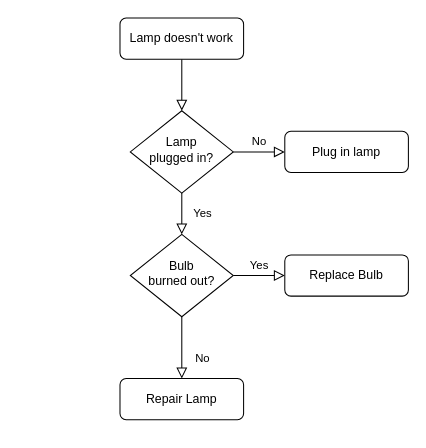
Above: 주차_시스템.drawio in KOSTA-296/Arduino_Team_Project (draw.io), before the change. Source tidied: cells renumbered, new cells numbered last; positions are measured from the earlier drawing's top-left corner, leaving out a move shared by most shapes. Both pictures are drawn from the tidied source at 103%, with x=0, y=0 at pixel (119, 18).
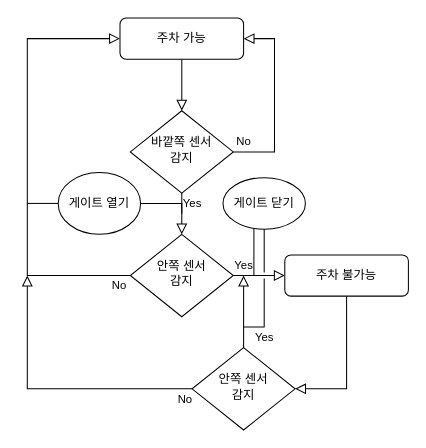
Above is the later version.

Commit message:
주차_시스템.drawio 업데이트

Change to the diagram source:
```diff
@@
-    <mxCell id="3" value="Lamp doesn't work" style="rounded=1;whiteSpace=wrap;html=1;fontSize=12;glass=0;strokeWidth=1;shadow=0;" parent="1" vertex="1">
+    <mxCell id="3" value="주차 가능" style="rounded=1;whiteSpace=wrap;html=1;fontSize=12;glass=0;strokeWidth=1;shadow=0;" parent="1" vertex="1">
       <mxGeometry width="120" height="40" as="geometry" />
     </mxCell>
     <mxCell id="4" value="Yes" style="rounded=0;html=1;jettySize=auto;fontSize=11;endArrow=block;endFill=0;endSize=8;strokeWidth=1;shadow=0;labelBackgroundColor=none;edgeStyle=orthogonalEdgeStyle;" parent="1" edge="1" source="6" target="10">
-      <mxGeometry y="20" relative="1" as="geometry" />
+      <mxGeometry x="-0.5" y="10" relative="1" as="geometry" />
     </mxCell>
-    <mxCell id="5" value="No" style="edgeStyle=orthogonalEdgeStyle;rounded=0;html=1;jettySize=auto;fontSize=11;endArrow=block;endFill=0;endSize=8;strokeWidth=1;shadow=0;labelBackgroundColor=none;" parent="1" edge="1" source="6" target="7">
-      <mxGeometry y="10" relative="1" as="geometry" />
+    <mxCell id="5" value="No" style="edgeStyle=orthogonalEdgeStyle;rounded=0;html=1;jettySize=auto;fontSize=11;endArrow=block;endFill=0;endSize=8;strokeWidth=1;shadow=0;labelBackgroundColor=none;entryX=1;entryY=0.5;entryDx=0;entryDy=0;" parent="1" edge="1" source="6" target="3">
+      <mxGeometry x="-0.89" y="10" relative="1" as="geometry">
+        <Array as="points">
+          <mxPoint x="150" y="130" />
+          <mxPoint x="150" y="20" />
+        </Array>
+      </mxGeometry>
     </mxCell>
-    <mxCell id="6" value="Lamp&lt;br&gt;plugged in?" style="rhombus;whiteSpace=wrap;html=1;shadow=0;fontFamily=Helvetica;fontSize=12;align=center;strokeWidth=1;spacing=6;spacingTop=-4;" parent="1" vertex="1">
+    <mxCell id="6" value="바깥쪽 센서&lt;div&gt;감지&lt;/div&gt;" style="rhombus;whiteSpace=wrap;html=1;shadow=0;fontFamily=Helvetica;fontSize=12;align=center;strokeWidth=1;spacing=6;spacingTop=-4;" parent="1" vertex="1">
       <mxGeometry x="10" y="90" width="100" height="80" as="geometry" />
     </mxCell>
-    <mxCell id="7" value="Plug in lamp" style="rounded=1;whiteSpace=wrap;html=1;fontSize=12;glass=0;strokeWidth=1;shadow=0;" parent="1" vertex="1">
-      <mxGeometry x="160" y="110" width="120" height="40" as="geometry" />
-    </mxCell>
-    <mxCell id="8" value="No" style="rounded=0;html=1;jettySize=auto;fontSize=11;endArrow=block;endFill=0;endSize=8;strokeWidth=1;shadow=0;labelBackgroundColor=none;edgeStyle=orthogonalEdgeStyle;" parent="1" edge="1" source="10" target="11">
-      <mxGeometry x="0.33" y="20" relative="1" as="geometry" />
+    <mxCell id="8" value="No" style="rounded=0;html=1;jettySize=auto;fontSize=11;endArrow=block;endFill=0;endSize=8;strokeWidth=1;shadow=0;labelBackgroundColor=none;edgeStyle=orthogonalEdgeStyle;exitX=0;exitY=0.5;exitDx=0;exitDy=0;entryX=0;entryY=0.5;entryDx=0;entryDy=0;" parent="1" edge="1" source="10" target="3">
+      <mxGeometry x="-0.95" y="10" relative="1" as="geometry">
+        <Array as="points">
+          <mxPoint x="-90" y="250" />
+          <mxPoint x="-90" y="20" />
+        </Array>
+      </mxGeometry>
     </mxCell>
     <mxCell id="9" value="Yes" style="edgeStyle=orthogonalEdgeStyle;rounded=0;html=1;jettySize=auto;fontSize=11;endArrow=block;endFill=0;endSize=8;strokeWidth=1;shadow=0;labelBackgroundColor=none;" parent="1" edge="1" source="10" target="12">
-      <mxGeometry y="10" relative="1" as="geometry" />
+      <mxGeometry x="-0.6" y="10" relative="1" as="geometry" />
     </mxCell>
-    <mxCell id="10" value="Bulb&lt;br&gt;burned out?" style="rhombus;whiteSpace=wrap;html=1;shadow=0;fontFamily=Helvetica;fontSize=12;align=center;strokeWidth=1;spacing=6;spacingTop=-4;" parent="1" vertex="1">
+    <mxCell id="10" value="안쪽 센서&lt;div&gt;감지&lt;/div&gt;" style="rhombus;whiteSpace=wrap;html=1;shadow=0;fontFamily=Helvetica;fontSize=12;align=center;strokeWidth=1;spacing=6;spacingTop=-4;" parent="1" vertex="1">
       <mxGeometry x="10" y="210" width="100" height="80" as="geometry" />
     </mxCell>
-    <mxCell id="11" value="Repair Lamp" style="rounded=1;whiteSpace=wrap;html=1;fontSize=12;glass=0;strokeWidth=1;shadow=0;" parent="1" vertex="1">
-      <mxGeometry y="350" width="120" height="40" as="geometry" />
-    </mxCell>
+    <mxCell id="13" style="edgeStyle=orthogonalEdgeStyle;rounded=0;jettySize=auto;html=1;endArrow=block;endFill=0;exitX=0.5;exitY=1;exitDx=0;exitDy=0;entryX=1;entryY=0.5;entryDx=0;entryDy=0;endSize=8;startSize=8;jumpSize=8;jumpStyle=gap;" parent="1" edge="1" source="12" target="18">
+      <mxGeometry relative="1" as="geometry">
+        <Array as="points">
+          <mxPoint x="220" y="360" />
+        </Array>
+      </mxGeometry>
+    </mxCell>
-    <mxCell id="12" value="Replace Bulb" style="rounded=1;whiteSpace=wrap;html=1;fontSize=12;glass=0;strokeWidth=1;shadow=0;" parent="1" vertex="1">
+    <mxCell id="12" value="주차 불가능" style="rounded=1;whiteSpace=wrap;html=1;fontSize=12;glass=0;strokeWidth=1;shadow=0;" parent="1" vertex="1">
       <mxGeometry x="160" y="230" width="120" height="40" as="geometry" />
     </mxCell>
+    <mxCell id="14" style="edgeStyle=orthogonalEdgeStyle;rounded=0;jettySize=auto;html=1;endArrow=none;startFill=0;" parent="1" edge="1" source="15">
+      <mxGeometry relative="1" as="geometry">
+        <mxPoint x="60" y="190" as="targetPoint" />
+        <Array as="points">
+          <mxPoint x="60" y="180" />
+        </Array>
+      </mxGeometry>
+    </mxCell>
+    <mxCell id="15" value="게이트 열기" style="ellipse;whiteSpace=wrap;html=1;perimeter=ellipsePerimeter;" parent="1" vertex="1">
+      <mxGeometry x="-60" y="150" width="80" height="60" as="geometry" />
+    </mxCell>
+    <mxCell id="16" style="edgeStyle=orthogonalEdgeStyle;rounded=0;jettySize=auto;html=1;endArrow=none;startFill=0;" parent="1" edge="1" source="15">
+      <mxGeometry relative="1" as="geometry">
+        <mxPoint x="-90" y="180" as="targetPoint" />
+        <Array as="points">
+          <mxPoint x="-90" y="180" />
+        </Array>
+      </mxGeometry>
+    </mxCell>
+    <mxCell id="17" value="게이트 닫기" style="ellipse;whiteSpace=wrap;html=1;perimeter=ellipsePerimeter;" parent="1" vertex="1">
+      <mxGeometry x="100" y="155" width="80" height="50" as="geometry" />
+    </mxCell>
+    <mxCell id="18" value="안쪽 센서&lt;div&gt;감지&lt;/div&gt;" style="rhombus;whiteSpace=wrap;html=1;shadow=0;fontFamily=Helvetica;fontSize=12;align=center;strokeWidth=1;spacing=6;spacingTop=-4;" parent="1" vertex="1">
+      <mxGeometry x="70" y="320" width="100" height="80" as="geometry" />
+    </mxCell>
+    <mxCell id="19" value="Yes" style="edgeStyle=orthogonalEdgeStyle;rounded=0;html=1;jettySize=auto;fontSize=11;endArrow=block;endFill=0;endSize=8;strokeWidth=1;shadow=0;labelBackgroundColor=none;exitX=0.5;exitY=0;exitDx=0;exitDy=0;" parent="1" edge="1" source="18">
+      <mxGeometry x="-0.71" y="-20" relative="1" as="geometry">
+        <mxPoint x="120" y="250" as="targetPoint" />
+        <Array as="points">
+          <mxPoint x="120" y="300" />
+          <mxPoint x="120" y="300" />
+        </Array>
+      </mxGeometry>
+    </mxCell>
+    <mxCell id="20" value="No" style="rounded=0;html=1;jettySize=auto;fontSize=11;endArrow=block;endFill=0;endSize=8;strokeWidth=1;shadow=0;labelBackgroundColor=none;edgeStyle=orthogonalEdgeStyle;exitX=0;exitY=0.5;exitDx=0;exitDy=0;" parent="1" edge="1" source="18">
+      <mxGeometry x="-0.95" y="10" relative="1" as="geometry">
+        <mxPoint x="-90" y="250" as="targetPoint" />
+        <Array as="points">
+          <mxPoint x="-90" y="360" />
+          <mxPoint x="-90" y="250" />
+        </Array>
+      </mxGeometry>
+    </mxCell>
+    <mxCell id="21" style="edgeStyle=orthogonalEdgeStyle;rounded=0;jettySize=auto;html=1;endArrow=none;endFill=1;endSize=8;startSize=8;jumpStyle=gap;startFill=0;" parent="1" edge="1" target="17">
+      <mxGeometry relative="1" as="geometry">
+        <mxPoint x="130" y="250" as="sourcePoint" />
+        <Array as="points">
+          <mxPoint x="130" y="250" />
+        </Array>
+      </mxGeometry>
+    </mxCell>
+    <mxCell id="22" style="edgeStyle=orthogonalEdgeStyle;rounded=0;jettySize=auto;html=1;endArrow=none;endFill=1;endSize=8;startSize=8;jumpStyle=gap;startFill=0;" parent="1" edge="1" target="17">
+      <mxGeometry relative="1" as="geometry">
+        <mxPoint x="120" y="300" as="sourcePoint" />
+        <Array as="points">
+          <mxPoint x="140" y="300" />
+        </Array>
+      </mxGeometry>
+    </mxCell>
```
